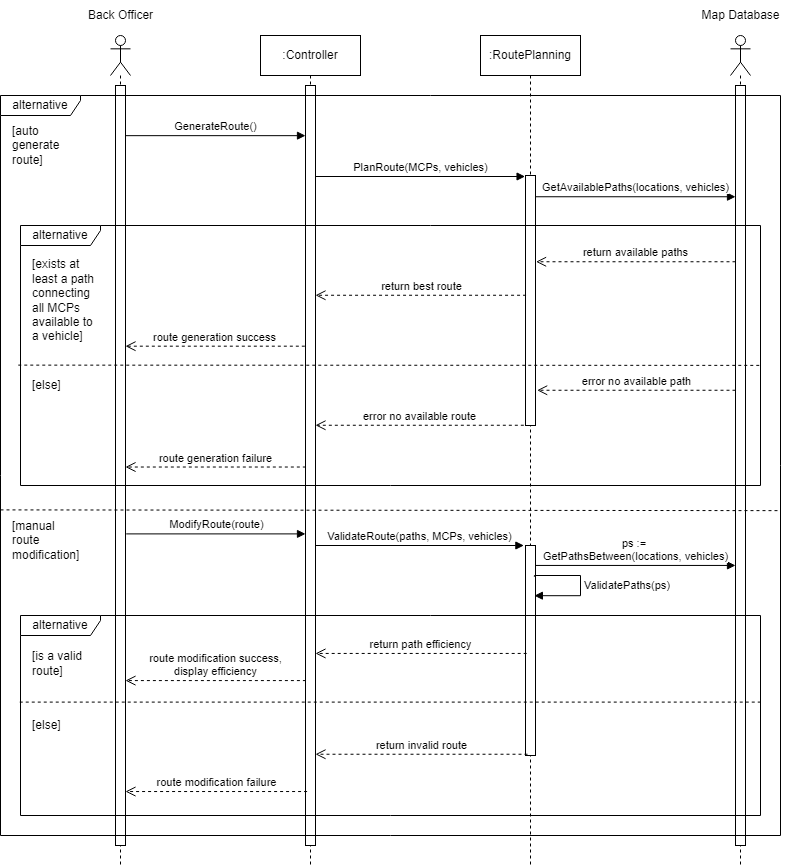
Before: report/imgs/sequence diagram/Sequence Diagram 2.2.png, a diagram exported from draw.io (thoaikun/UWC-2.0). Source tidied: cells renumbered, new cells last; positions are measured from the earlier drawing's top-left corner, leaving out a move shared by most shapes. The source it was exported from:
```xml
<mxGraphModel>
  <root>
    <mxCell id="0" />
    <mxCell id="1" parent="0" />
    <mxCell id="2" style="shape=umlLifeline;participant=umlActor;perimeter=lifelinePerimeter;whiteSpace=wrap;html=1;verticalAlign=top;spacingTop=36;" parent="1" vertex="1">
      <mxGeometry x="110" y="35" width="20" height="830" as="geometry" />
    </mxCell>
    <mxCell id="3" style="html=1;points=[];perimeter=orthogonalPerimeter;" parent="2" vertex="1">
      <mxGeometry x="5" y="50" width="10" height="760" as="geometry" />
    </mxCell>
    <mxCell id="4" value="Back Officer" style="text;html=1;align=center;verticalAlign=middle;strokeColor=none;fillColor=none;" parent="1" vertex="1">
      <mxGeometry x="75" width="90" height="30" as="geometry" />
    </mxCell>
    <mxCell id="5" style="shape=umlLifeline;participant=umlActor;perimeter=lifelinePerimeter;whiteSpace=wrap;html=1;verticalAlign=top;spacingTop=36;" parent="1" vertex="1">
      <mxGeometry x="730" y="35" width="20" height="830" as="geometry" />
    </mxCell>
    <mxCell id="6" style="html=1;points=[];perimeter=orthogonalPerimeter;" parent="5" vertex="1">
      <mxGeometry x="5" y="50" width="10" height="760" as="geometry" />
    </mxCell>
    <mxCell id="7" value="Map Database" style="text;html=1;align=center;verticalAlign=middle;strokeColor=none;fillColor=none;" parent="1" vertex="1">
      <mxGeometry x="690" width="100" height="30" as="geometry" />
    </mxCell>
    <mxCell id="8" value=":Controller" style="shape=umlLifeline;perimeter=lifelinePerimeter;whiteSpace=wrap;html=1;" parent="1" vertex="1">
      <mxGeometry x="260" y="35" width="100" height="830" as="geometry" />
    </mxCell>
    <mxCell id="9" style="html=1;points=[];perimeter=orthogonalPerimeter;" parent="8" vertex="1">
      <mxGeometry x="45" y="50" width="10" height="760" as="geometry" />
    </mxCell>
    <mxCell id="10" value=":RoutePlanning" style="shape=umlLifeline;perimeter=lifelinePerimeter;whiteSpace=wrap;html=1;" parent="1" vertex="1">
      <mxGeometry x="480" y="35" width="100" height="830" as="geometry" />
    </mxCell>
    <mxCell id="11" style="html=1;points=[];perimeter=orthogonalPerimeter;" parent="10" vertex="1">
      <mxGeometry x="45" y="140" width="10" height="250" as="geometry" />
    </mxCell>
    <mxCell id="12" style="html=1;points=[];perimeter=orthogonalPerimeter;" parent="10" vertex="1">
      <mxGeometry x="45" y="510" width="10" height="210" as="geometry" />
    </mxCell>
    <mxCell id="13" value="ValidatePaths(ps)" style="edgeStyle=orthogonalEdgeStyle;html=1;align=left;spacingLeft=2;endArrow=block;rounded=0;entryX=0.886;entryY=0.239;exitX=0.886;exitY=0.149;exitDx=0;exitDy=0;exitPerimeter=0;entryDx=0;entryDy=0;entryPerimeter=0;" parent="10" edge="1" source="12" target="12">
      <mxGeometry relative="1" as="geometry">
        <Array as="points">
          <mxPoint x="54" y="540" />
          <mxPoint x="100" y="540" />
          <mxPoint x="100" y="560" />
        </Array>
      </mxGeometry>
    </mxCell>
    <mxCell id="14" value="GenerateRoute()" style="html=1;verticalAlign=bottom;endArrow=block;rounded=0;exitX=0.955;exitY=0.066;exitDx=0;exitDy=0;exitPerimeter=0;" parent="1" edge="1" source="3" target="9">
      <mxGeometry relative="1" as="geometry" />
    </mxCell>
    <mxCell id="15" value="PlanRoute(MCPs, vehicles)" style="html=1;verticalAlign=bottom;endArrow=block;rounded=0;entryX=-0.043;entryY=0.004;entryDx=0;entryDy=0;entryPerimeter=0;" parent="1" edge="1" source="9" target="11">
      <mxGeometry relative="1" as="geometry" />
    </mxCell>
    <mxCell id="16" value="GetAvailablePaths(locations, vehicles)" style="html=1;verticalAlign=bottom;endArrow=block;rounded=0;exitX=1;exitY=0.085;exitDx=0;exitDy=0;exitPerimeter=0;" parent="1" edge="1" source="11" target="6">
      <mxGeometry relative="1" as="geometry" />
    </mxCell>
    <mxCell id="17" value="return available paths" style="html=1;verticalAlign=bottom;endArrow=open;dashed=1;endSize=8;rounded=0;entryX=1.056;entryY=0.345;entryDx=0;entryDy=0;entryPerimeter=0;" parent="1" edge="1" source="6" target="11">
      <mxGeometry relative="1" as="geometry" />
    </mxCell>
    <mxCell id="18" value="return best route" style="html=1;verticalAlign=bottom;endArrow=open;dashed=1;endSize=8;rounded=0;exitX=0.056;exitY=0.479;exitDx=0;exitDy=0;exitPerimeter=0;" parent="1" edge="1" source="11" target="9">
      <mxGeometry relative="1" as="geometry" />
    </mxCell>
    <mxCell id="19" value="route generation success" style="html=1;verticalAlign=bottom;endArrow=open;dashed=1;endSize=8;rounded=0;exitX=-0.067;exitY=0.343;exitDx=0;exitDy=0;exitPerimeter=0;" parent="1" edge="1" source="9" target="3">
      <mxGeometry relative="1" as="geometry" />
    </mxCell>
    <mxCell id="20" value="error no available path" style="html=1;verticalAlign=bottom;endArrow=open;dashed=1;endSize=8;rounded=0;entryX=1.167;entryY=0.859;entryDx=0;entryDy=0;entryPerimeter=0;" parent="1" edge="1" source="6" target="11">
      <mxGeometry relative="1" as="geometry" />
    </mxCell>
    <mxCell id="21" value="error no available route" style="html=1;verticalAlign=bottom;endArrow=open;dashed=1;endSize=8;rounded=0;exitX=-0.167;exitY=0.999;exitDx=0;exitDy=0;exitPerimeter=0;" parent="1" edge="1" source="11" target="9">
      <mxGeometry relative="1" as="geometry" />
    </mxCell>
    <mxCell id="22" style="endArrow=none;dashed=1;html=1;rounded=0;exitX=-0.003;exitY=0.537;exitDx=0;exitDy=0;exitPerimeter=0;entryX=1;entryY=0.538;entryDx=0;entryDy=0;entryPerimeter=0;" parent="1" edge="1" source="39" target="39">
      <mxGeometry relative="1" as="geometry" />
    </mxCell>
    <mxCell id="23" value="route generation failure" style="html=1;verticalAlign=bottom;endArrow=open;dashed=1;endSize=8;rounded=0;exitX=0.033;exitY=0.502;exitDx=0;exitDy=0;exitPerimeter=0;" parent="1" edge="1" source="9" target="3">
      <mxGeometry relative="1" as="geometry" />
    </mxCell>
    <mxCell id="24" value="[exists at least a path connecting all MCPs available to a vehicle]" style="text;html=1;strokeColor=none;fillColor=none;align=left;verticalAlign=middle;whiteSpace=wrap;rounded=0;" parent="1" vertex="1">
      <mxGeometry x="30" y="255" width="70" height="90" as="geometry" />
    </mxCell>
    <mxCell id="25" value="[else]" style="text;html=1;strokeColor=none;fillColor=none;align=left;verticalAlign=middle;whiteSpace=wrap;rounded=0;" parent="1" vertex="1">
      <mxGeometry x="30" y="375" width="70" height="20" as="geometry" />
    </mxCell>
    <mxCell id="26" value="[auto generate route]" style="text;html=1;strokeColor=none;fillColor=none;align=left;verticalAlign=middle;whiteSpace=wrap;rounded=0;" parent="1" vertex="1">
      <mxGeometry x="10" y="125" width="70" height="40" as="geometry" />
    </mxCell>
    <mxCell id="27" style="endArrow=none;dashed=1;html=1;rounded=0;exitX=0;exitY=0.56;exitDx=0;exitDy=0;exitPerimeter=0;entryX=1;entryY=0.561;entryDx=0;entryDy=0;entryPerimeter=0;" parent="1" edge="1" source="41" target="41">
      <mxGeometry relative="1" as="geometry" />
    </mxCell>
    <mxCell id="28" value="[manual route modification]" style="text;html=1;strokeColor=none;fillColor=none;align=left;verticalAlign=middle;whiteSpace=wrap;rounded=0;" parent="1" vertex="1">
      <mxGeometry x="10" y="520" width="70" height="40" as="geometry" />
    </mxCell>
    <mxCell id="29" value="ps := &lt;br&gt;GetPathsBetween(locations, vehicles)" style="html=1;verticalAlign=bottom;endArrow=block;rounded=0;exitX=1.004;exitY=0.095;exitDx=0;exitDy=0;exitPerimeter=0;" parent="1" edge="1" source="12" target="6">
      <mxGeometry relative="1" as="geometry" />
    </mxCell>
    <mxCell id="30" value="return path efficiency" style="html=1;verticalAlign=bottom;endArrow=open;dashed=1;endSize=8;rounded=0;exitX=0.12;exitY=0.514;exitDx=0;exitDy=0;exitPerimeter=0;" parent="1" edge="1" source="12" target="9">
      <mxGeometry relative="1" as="geometry" />
    </mxCell>
    <mxCell id="31" value="route modification success,&lt;br&gt;display efficiency" style="html=1;verticalAlign=bottom;endArrow=open;dashed=1;endSize=8;rounded=0;exitX=0.04;exitY=0.783;exitDx=0;exitDy=0;exitPerimeter=0;" parent="1" edge="1" source="9" target="3">
      <mxGeometry relative="1" as="geometry" />
    </mxCell>
    <mxCell id="32" value="[is a valid route]" style="text;html=1;strokeColor=none;fillColor=none;align=left;verticalAlign=middle;whiteSpace=wrap;rounded=0;" parent="1" vertex="1">
      <mxGeometry x="30" y="643" width="70" height="40" as="geometry" />
    </mxCell>
    <mxCell id="33" value="[else]" style="text;html=1;strokeColor=none;fillColor=none;align=left;verticalAlign=middle;whiteSpace=wrap;rounded=0;" parent="1" vertex="1">
      <mxGeometry x="30" y="715" width="70" height="20" as="geometry" />
    </mxCell>
    <mxCell id="34" value="route modification failure" style="html=1;verticalAlign=bottom;endArrow=open;dashed=1;endSize=8;rounded=0;exitX=0.16;exitY=0.929;exitDx=0;exitDy=0;exitPerimeter=0;" parent="1" edge="1" source="9" target="3">
      <mxGeometry relative="1" as="geometry" />
    </mxCell>
    <mxCell id="35" value="ModifyRoute(route)" style="html=1;verticalAlign=bottom;endArrow=block;rounded=0;exitX=1.071;exitY=0.59;exitDx=0;exitDy=0;exitPerimeter=0;" parent="1" edge="1" source="3" target="9">
      <mxGeometry relative="1" as="geometry" />
    </mxCell>
    <mxCell id="36" style="endArrow=none;dashed=1;html=1;rounded=0;exitX=-0.001;exitY=0.433;exitDx=0;exitDy=0;exitPerimeter=0;entryX=1;entryY=0.433;entryDx=0;entryDy=0;entryPerimeter=0;" parent="1" edge="1" source="40" target="40">
      <mxGeometry relative="1" as="geometry" />
    </mxCell>
    <mxCell id="37" value="ValidateRoute(paths, MCPs, vehicles)" style="html=1;verticalAlign=bottom;endArrow=block;rounded=0;entryX=-0.16;entryY=0;entryDx=0;entryDy=0;entryPerimeter=0;" parent="1" edge="1" source="9" target="12">
      <mxGeometry relative="1" as="geometry" />
    </mxCell>
    <mxCell id="38" value="return invalid route" style="html=1;verticalAlign=bottom;endArrow=open;dashed=1;endSize=8;rounded=0;exitX=0.2;exitY=0.994;exitDx=0;exitDy=0;exitPerimeter=0;" parent="1" edge="1" source="12" target="9">
      <mxGeometry relative="1" as="geometry" />
    </mxCell>
    <mxCell id="39" value="alternative" style="shape=umlFrame;whiteSpace=wrap;html=1;enumerate=0;width=80;height=20;" parent="1" vertex="1">
      <mxGeometry x="20" y="225" width="740" height="260" as="geometry" />
    </mxCell>
    <mxCell id="40" value="alternative" style="shape=umlFrame;whiteSpace=wrap;html=1;enumerate=0;width=80;height=20;" parent="1" vertex="1">
      <mxGeometry x="20" y="615" width="740" height="200" as="geometry" />
    </mxCell>
    <mxCell id="41" value="alternative" style="shape=umlFrame;whiteSpace=wrap;html=1;width=80;height=20;" parent="1" vertex="1">
      <mxGeometry y="95" width="780" height="740" as="geometry" />
    </mxCell>
  </root>
</mxGraphModel>
```
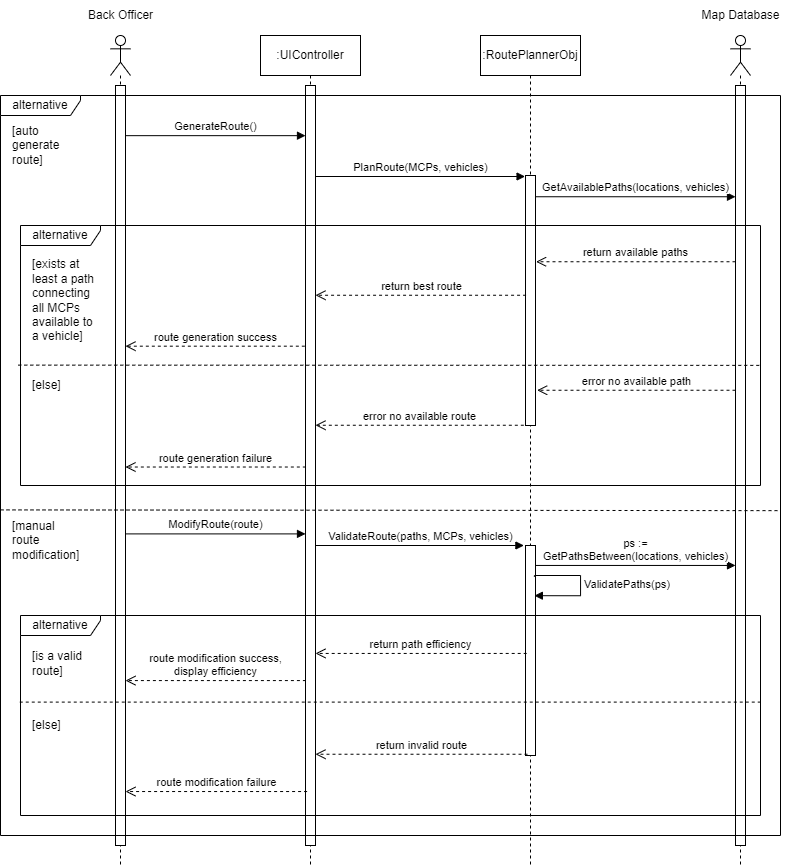
Above is the later version.

The edit, as a diff of the source:
```diff
@@ -20,13 +20,13 @@
     <mxCell id="7" value="Map Database" style="text;html=1;align=center;verticalAlign=middle;strokeColor=none;fillColor=none;" parent="1" vertex="1">
       <mxGeometry x="690" width="100" height="30" as="geometry" />
     </mxCell>
-    <mxCell id="8" value=":Controller" style="shape=umlLifeline;perimeter=lifelinePerimeter;whiteSpace=wrap;html=1;" parent="1" vertex="1">
+    <mxCell id="8" value=":UIController" style="shape=umlLifeline;perimeter=lifelinePerimeter;whiteSpace=wrap;html=1;" parent="1" vertex="1">
       <mxGeometry x="260" y="35" width="100" height="830" as="geometry" />
     </mxCell>
     <mxCell id="9" style="html=1;points=[];perimeter=orthogonalPerimeter;" parent="8" vertex="1">
       <mxGeometry x="45" y="50" width="10" height="760" as="geometry" />
     </mxCell>
-    <mxCell id="10" value=":RoutePlanning" style="shape=umlLifeline;perimeter=lifelinePerimeter;whiteSpace=wrap;html=1;" parent="1" vertex="1">
+    <mxCell id="10" value=":RoutePlannerObj" style="shape=umlLifeline;perimeter=lifelinePerimeter;whiteSpace=wrap;html=1;" parent="1" vertex="1">
       <mxGeometry x="480" y="35" width="100" height="830" as="geometry" />
     </mxCell>
     <mxCell id="11" style="html=1;points=[];perimeter=orthogonalPerimeter;" parent="10" vertex="1">
```
